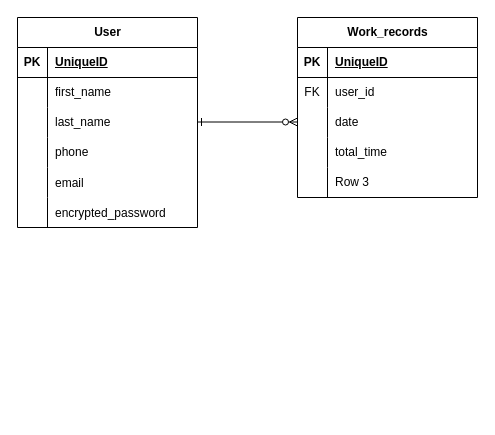
Above: doc/er.drawio in MasakiAraki/kanrikun (draw.io), before the change. Source tidied: cells renumbered, new cells numbered last; positions are measured from the earlier drawing's top-left corner, leaving out a move shared by most shapes. Both pictures are drawn from the tidied source at 100%, with x=0, y=0 at pixel (17, 17).
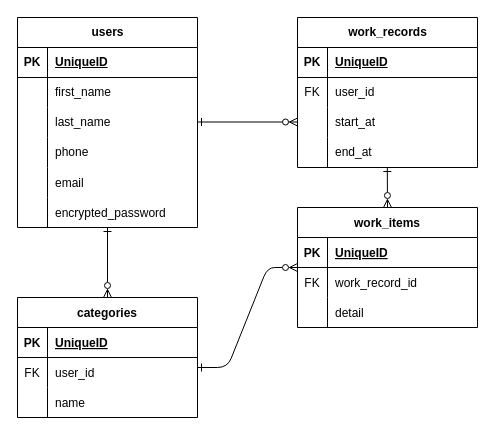
Above is the later version.

What changed in the source:
```diff
@@
-    <mxCell id="2" value="User" style="shape=table;startSize=30;childLayout=tableLayout;rowLines=0;fontStyle=1;align=center;html=1;" parent="1" vertex="1">
+    <mxCell id="2" value="users" style="shape=table;startSize=30;childLayout=tableLayout;rowLines=0;fontStyle=1;align=center;html=1;" parent="1" vertex="1">
       <mxGeometry width="180" height="210" as="geometry" />
     </mxCell>
@@
-    <mxCell id="21" value="Work_records" style="shape=table;startSize=30;childLayout=tableLayout;rowLines=0;fontStyle=1;align=center;html=1;strokeColor=default;" parent="1" vertex="1">
-      <mxGeometry x="280" width="180" height="180" as="geometry" />
+    <mxCell id="21" value="work_records" style="shape=table;startSize=30;childLayout=tableLayout;rowLines=0;fontStyle=1;align=center;html=1;strokeColor=default;" parent="1" vertex="1">
+      <mxGeometry x="280" width="180" height="150" as="geometry" />
     </mxCell>
@@
-    <mxCell id="28" style="shape=tableRow;horizontal=0;startSize=0;swimlaneHead=0;swimlaneBody=0;fillColor=none;top=0;left=0;right=0;bottom=0;" parent="21" vertex="1">
-      <mxGeometry y="90" width="180" height="30" as="geometry" />
-    </mxCell>
-    <mxCell id="29" style="shape=partialRectangle;fillColor=none;top=0;left=0;bottom=0;right=0;overflow=hidden;whiteSpace=wrap;html=1;" parent="28" vertex="1">
-      <mxGeometry width="30" height="30" as="geometry" />
-    </mxCell>
-    <mxCell id="30" value="date" style="shape=partialRectangle;fillColor=none;top=0;left=0;bottom=0;right=0;align=left;spacingLeft=6;overflow=hidden;whiteSpace=wrap;html=1;" parent="28" vertex="1">
-      <mxGeometry x="30" width="150" height="30" as="geometry" />
-    </mxCell>
     <mxCell id="31" style="shape=tableRow;horizontal=0;startSize=0;swimlaneHead=0;swimlaneBody=0;fillColor=none;top=0;left=0;right=0;bottom=0;" parent="21" vertex="1">
-      <mxGeometry y="120" width="180" height="30" as="geometry" />
+      <mxGeometry y="90" width="180" height="30" as="geometry" />
     </mxCell>
@@
-    <mxCell id="33" value="total_time" style="shape=partialRectangle;fillColor=none;top=0;left=0;bottom=0;right=0;align=left;spacingLeft=6;overflow=hidden;whiteSpace=wrap;html=1;" parent="31" vertex="1">
+    <mxCell id="33" value="start_at" style="shape=partialRectangle;fillColor=none;top=0;left=0;bottom=0;right=0;align=left;spacingLeft=6;overflow=hidden;whiteSpace=wrap;html=1;" parent="31" vertex="1">
       <mxGeometry x="30" width="150" height="30" as="geometry" />
     </mxCell>
     <mxCell id="34" style="shape=tableRow;horizontal=0;startSize=0;swimlaneHead=0;swimlaneBody=0;fillColor=none;top=0;left=0;right=0;bottom=0;" parent="21" vertex="1">
-      <mxGeometry y="150" width="180" height="30" as="geometry" />
+      <mxGeometry y="120" width="180" height="30" as="geometry" />
     </mxCell>
@@
-    <mxCell id="36" value="Row 3" style="shape=partialRectangle;fillColor=none;top=0;left=0;bottom=0;right=0;align=left;spacingLeft=6;overflow=hidden;whiteSpace=wrap;html=1;" parent="34" vertex="1">
+    <mxCell id="36" value="end_at" style="shape=partialRectangle;fillColor=none;top=0;left=0;bottom=0;right=0;align=left;spacingLeft=6;overflow=hidden;whiteSpace=wrap;html=1;" parent="34" vertex="1">
       <mxGeometry x="30" width="150" height="30" as="geometry" />
     </mxCell>
@@
+    <mxCell id="38" value="work_items" style="shape=table;startSize=30;childLayout=tableLayout;rowLines=0;fontStyle=1;align=center;" parent="1" vertex="1">
+      <mxGeometry x="280" y="190" width="180" height="120" as="geometry" />
+    </mxCell>
+    <mxCell id="39" style="shape=tableRow;horizontal=0;startSize=0;swimlaneHead=0;swimlaneBody=0;fillColor=none;top=0;left=0;right=0;bottom=1;" parent="38" vertex="1">
+      <mxGeometry y="30" width="180" height="30" as="geometry" />
+    </mxCell>
+    <mxCell id="40" value="PK" style="shape=partialRectangle;fillColor=none;top=0;left=0;bottom=0;right=0;fontStyle=1;overflow=hidden;" parent="39" vertex="1">
+      <mxGeometry width="30" height="30" as="geometry" />
+    </mxCell>
+    <mxCell id="41" value="UniqueID" style="shape=partialRectangle;fillColor=none;top=0;left=0;bottom=0;right=0;align=left;spacingLeft=6;fontStyle=5;overflow=hidden;" parent="39" vertex="1">
+      <mxGeometry x="30" width="150" height="30" as="geometry" />
+    </mxCell>
+    <mxCell id="42" style="shape=tableRow;horizontal=0;startSize=0;swimlaneHead=0;swimlaneBody=0;fillColor=none;top=0;left=0;right=0;bottom=0;" parent="38" vertex="1">
+      <mxGeometry y="60" width="180" height="30" as="geometry" />
+    </mxCell>
+    <mxCell id="43" value="FK" style="shape=partialRectangle;fillColor=none;top=0;left=0;bottom=0;right=0;fontStyle=0;overflow=hidden;" parent="42" vertex="1">
+      <mxGeometry width="30" height="30" as="geometry" />
+    </mxCell>
+    <mxCell id="44" value="work_record_id" style="shape=partialRectangle;fillColor=none;top=0;left=0;bottom=0;right=0;align=left;spacingLeft=6;fontStyle=0;overflow=hidden;" parent="42" vertex="1">
+      <mxGeometry x="30" width="150" height="30" as="geometry" />
+    </mxCell>
+    <mxCell id="28" style="shape=tableRow;horizontal=0;startSize=0;swimlaneHead=0;swimlaneBody=0;fillColor=none;top=0;left=0;right=0;bottom=0;" parent="38" vertex="1">
+      <mxGeometry y="90" width="180" height="30" as="geometry" />
+    </mxCell>
+    <mxCell id="45" style="shape=partialRectangle;fillColor=none;top=0;left=0;bottom=0;right=0;overflow=hidden;" parent="28" vertex="1">
+      <mxGeometry width="30" height="30" as="geometry" />
+    </mxCell>
+    <mxCell id="46" value="detail" style="shape=partialRectangle;fillColor=none;top=0;left=0;bottom=0;right=0;align=left;spacingLeft=6;overflow=hidden;" parent="28" vertex="1">
+      <mxGeometry x="30" width="150" height="30" as="geometry" />
+    </mxCell>
+    <mxCell id="47" style="endArrow=ERzeroToMany;html=1;rounded=0;startArrow=ERone;startFill=0;entryX=0.5;entryY=0;entryDx=0;entryDy=0;endFill=0;" parent="1" edge="1" target="38">
+      <mxGeometry relative="1" as="geometry">
+        <mxPoint x="369.8" y="150" as="sourcePoint" />
+      </mxGeometry>
+    </mxCell>
+    <mxCell id="48" value="categories" style="shape=table;startSize=30;childLayout=tableLayout;rowLines=0;fontStyle=1;align=center;strokeColor=default;" parent="1" vertex="1">
+      <mxGeometry y="280" width="180" height="120" as="geometry" />
+    </mxCell>
+    <mxCell id="49" style="shape=tableRow;horizontal=0;startSize=0;swimlaneHead=0;swimlaneBody=0;fillColor=none;top=0;left=0;right=0;bottom=1;strokeColor=default;" parent="48" vertex="1">
+      <mxGeometry y="30" width="180" height="30" as="geometry" />
+    </mxCell>
+    <mxCell id="50" value="PK" style="shape=partialRectangle;fillColor=none;top=0;left=0;bottom=0;right=0;fontStyle=1;overflow=hidden;strokeColor=default;" parent="49" vertex="1">
+      <mxGeometry width="30" height="30" as="geometry" />
+    </mxCell>
+    <mxCell id="51" value="UniqueID" style="shape=partialRectangle;fillColor=none;top=0;left=0;bottom=0;right=0;align=left;spacingLeft=6;fontStyle=5;overflow=hidden;strokeColor=default;" parent="49" vertex="1">
+      <mxGeometry x="30" width="150" height="30" as="geometry" />
+    </mxCell>
+    <mxCell id="52" style="shape=tableRow;horizontal=0;startSize=0;swimlaneHead=0;swimlaneBody=0;fillColor=none;top=0;left=0;right=0;bottom=0;strokeColor=default;" parent="48" vertex="1">
+      <mxGeometry y="60" width="180" height="30" as="geometry" />
+    </mxCell>
+    <mxCell id="53" value="FK" style="shape=partialRectangle;fillColor=none;top=0;left=0;bottom=0;right=0;fontStyle=0;overflow=hidden;strokeColor=default;" parent="52" vertex="1">
+      <mxGeometry width="30" height="30" as="geometry" />
+    </mxCell>
+    <mxCell id="54" value="user_id" style="shape=partialRectangle;fillColor=none;top=0;left=0;bottom=0;right=0;align=left;spacingLeft=6;fontStyle=0;overflow=hidden;strokeColor=default;" parent="52" vertex="1">
+      <mxGeometry x="30" width="150" height="30" as="geometry" />
+    </mxCell>
+    <mxCell id="55" style="shape=tableRow;horizontal=0;startSize=0;swimlaneHead=0;swimlaneBody=0;fillColor=none;top=0;left=0;right=0;bottom=0;strokeColor=default;" parent="48" vertex="1">
+      <mxGeometry y="90" width="180" height="30" as="geometry" />
+    </mxCell>
+    <mxCell id="56" style="shape=partialRectangle;fillColor=none;top=0;left=0;bottom=0;right=0;overflow=hidden;strokeColor=default;" parent="55" vertex="1">
+      <mxGeometry width="30" height="30" as="geometry" />
+    </mxCell>
+    <mxCell id="57" value="name" style="shape=partialRectangle;fillColor=none;top=0;left=0;bottom=0;right=0;align=left;spacingLeft=6;overflow=hidden;strokeColor=default;" parent="55" vertex="1">
+      <mxGeometry x="30" width="150" height="30" as="geometry" />
+    </mxCell>
+    <mxCell id="58" style="endArrow=ERzeroToMany;html=1;rounded=0;entryX=0.5;entryY=0;entryDx=0;entryDy=0;startArrow=ERone;startFill=0;endFill=0;" parent="1" edge="1" target="48">
+      <mxGeometry relative="1" as="geometry">
+        <mxPoint x="90" y="210" as="sourcePoint" />
+      </mxGeometry>
+    </mxCell>
+    <mxCell id="59" style="edgeStyle=entityRelationEdgeStyle;fontSize=12;html=1;endArrow=ERzeroToMany;startArrow=ERone;startFill=0;endFill=0;" parent="1" edge="1">
+      <mxGeometry relative="1" as="geometry">
+        <mxPoint x="180" y="350" as="sourcePoint" />
+        <mxPoint x="280" y="250" as="targetPoint" />
+      </mxGeometry>
+    </mxCell>
```
